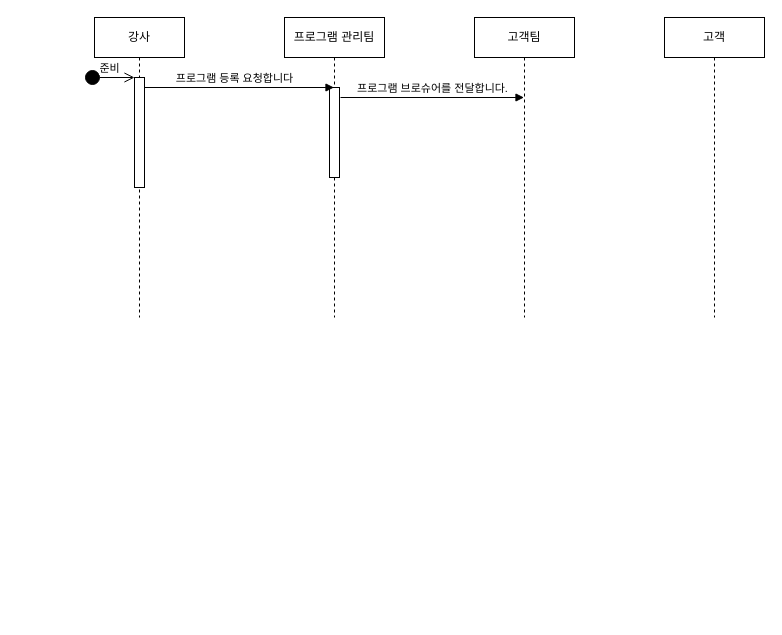
This is page "시퀀스" (4 of 4) of 제목 없는 다이어그램.drawio from ys-choi1203/tttTest, a draw.io file, before an edit. Source tidied: cells renumbered, new cells numbered last; positions are measured from the earlier drawing's top-left corner, leaving out a move shared by most shapes. Both pictures are drawn from the tidied source at 100%, with x=0, y=0 at pixel (84, 17).
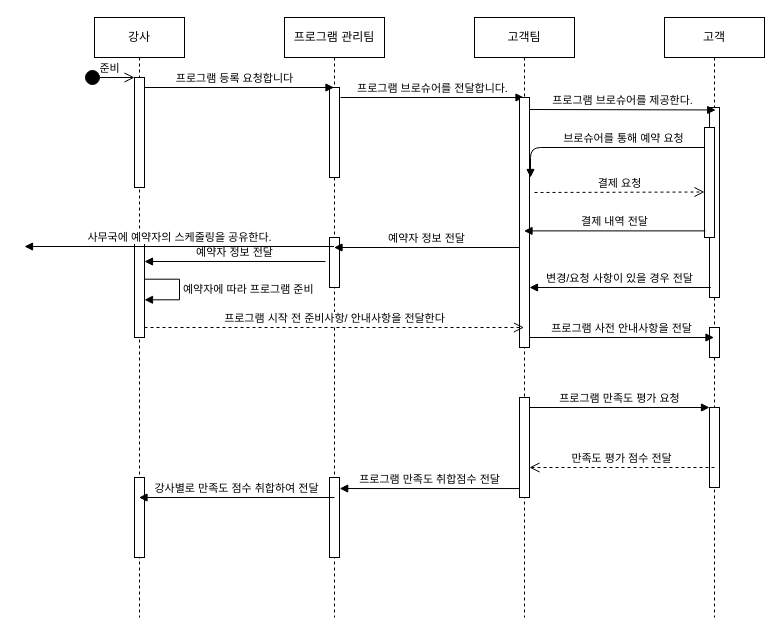
The same page after the edit.

Change to the diagram source:
```diff
@@
     <mxCell id="2" value="강사" style="shape=umlLifeline;perimeter=lifelinePerimeter;whiteSpace=wrap;html=1;outlineConnect=0;" parent="1" vertex="1">
-      <mxGeometry x="10" width="90" height="300" as="geometry" />
+      <mxGeometry x="10" width="90" height="600" as="geometry" />
     </mxCell>
@@
+    <mxCell id="11" style="html=1;perimeter=orthogonalPerimeter;" parent="2" vertex="1">
+      <mxGeometry x="40" y="220" width="10" height="100" as="geometry" />
+    </mxCell>
+    <mxCell id="12" value="예약자에 따라 프로그램 준비" style="edgeStyle=orthogonalEdgeStyle;html=1;align=left;spacingLeft=2;endArrow=block;rounded=0;entryX=1;entryY=0.812;entryDx=0;entryDy=0;entryPerimeter=0;" parent="2" edge="1">
+      <mxGeometry relative="1" as="geometry">
+        <mxPoint x="50" y="261.7" as="sourcePoint" />
+        <mxPoint x="50" y="282.3" as="targetPoint" />
+        <Array as="points">
+          <mxPoint x="85" y="261.7" />
+          <mxPoint x="85" y="282.7" />
+        </Array>
+      </mxGeometry>
+    </mxCell>
+    <mxCell id="13" style="html=1;perimeter=orthogonalPerimeter;" parent="2" vertex="1">
+      <mxGeometry x="40" y="460" width="10" height="80" as="geometry" />
+    </mxCell>
     <mxCell id="4" value="프로그램 관리팀" style="shape=umlLifeline;perimeter=lifelinePerimeter;whiteSpace=wrap;html=1;outlineConnect=0;" parent="1" vertex="1">
-      <mxGeometry x="200" width="100" height="300" as="geometry" />
+      <mxGeometry x="200" width="100" height="600" as="geometry" />
     </mxCell>
@@
+    <mxCell id="14" style="html=1;perimeter=orthogonalPerimeter;" parent="4" vertex="1">
+      <mxGeometry x="45" y="220" width="10" height="50" as="geometry" />
+    </mxCell>
+    <mxCell id="15" style="html=1;points=[];perimeter=orthogonalPerimeter;" parent="4" vertex="1">
+      <mxGeometry x="45" y="460" width="10" height="80" as="geometry" />
+    </mxCell>
     <mxCell id="6" value="고객팀" style="shape=umlLifeline;perimeter=lifelinePerimeter;whiteSpace=wrap;html=1;outlineConnect=0;" parent="1" vertex="1">
-      <mxGeometry x="390" width="100" height="300" as="geometry" />
+      <mxGeometry x="390" width="100" height="600" as="geometry" />
     </mxCell>
+    <mxCell id="16" style="html=1;points=[];perimeter=orthogonalPerimeter;" parent="6" vertex="1">
+      <mxGeometry x="45" y="380" width="10" height="100" as="geometry" />
+    </mxCell>
     <mxCell id="7" value="고객" style="shape=umlLifeline;perimeter=lifelinePerimeter;whiteSpace=wrap;html=1;" parent="1" vertex="1">
-      <mxGeometry x="580" width="100" height="300" as="geometry" />
+      <mxGeometry x="580" width="100" height="600" as="geometry" />
     </mxCell>
+    <mxCell id="17" style="html=1;points=[];perimeter=orthogonalPerimeter;" parent="7" vertex="1">
+      <mxGeometry x="45" y="90" width="10" height="190" as="geometry" />
+    </mxCell>
+    <mxCell id="18" style="html=1;perimeter=orthogonalPerimeter;" parent="7" vertex="1">
+      <mxGeometry x="45" y="310" width="10" height="30" as="geometry" />
+    </mxCell>
+    <mxCell id="19" style="html=1;points=[];perimeter=orthogonalPerimeter;" parent="7" vertex="1">
+      <mxGeometry x="45" y="390" width="10" height="80" as="geometry" />
+    </mxCell>
@@
+    <mxCell id="20" style="html=1;perimeter=orthogonalPerimeter;" parent="1" vertex="1">
+      <mxGeometry x="435" y="80" width="10" height="250" as="geometry" />
+    </mxCell>
+    <mxCell id="21" value="프로그램 브로슈어를 제공한다." style="html=1;verticalAlign=bottom;endArrow=block;entryX=0.62;entryY=0.013;entryDx=0;entryDy=0;entryPerimeter=0;" parent="1" edge="1" target="17">
+      <mxGeometry relative="1" as="geometry">
+        <mxPoint x="445" y="92" as="sourcePoint" />
+      </mxGeometry>
+    </mxCell>
+    <mxCell id="22" style="html=1;points=[];perimeter=orthogonalPerimeter;" parent="1" vertex="1">
+      <mxGeometry x="620" y="110" width="10" height="110" as="geometry" />
+    </mxCell>
+    <mxCell id="23" value="브로슈어를 통해 예약 요청" style="html=1;verticalAlign=bottom;endArrow=block;" parent="1" edge="1">
+      <mxGeometry x="-0.21" relative="1" as="geometry">
+        <mxPoint x="620" y="130" as="sourcePoint" />
+        <mxPoint x="446" y="160" as="targetPoint" />
+        <Array as="points">
+          <mxPoint x="446" y="130" />
+        </Array>
+      </mxGeometry>
+    </mxCell>
+    <mxCell id="24" value="결제 요청" style="html=1;verticalAlign=bottom;endArrow=open;dashed=1;endSize=8;" parent="1" edge="1">
+      <mxGeometry relative="1" as="geometry">
+        <mxPoint x="450" y="175" as="sourcePoint" />
+        <mxPoint x="620" y="174.5" as="targetPoint" />
+      </mxGeometry>
+    </mxCell>
+    <mxCell id="25" value="결제 내역 전달" style="html=1;verticalAlign=bottom;endArrow=block;exitX=0.08;exitY=0.94;exitDx=0;exitDy=0;exitPerimeter=0;" parent="1" edge="1" source="22" target="6">
+      <mxGeometry relative="1" as="geometry" />
+    </mxCell>
+    <mxCell id="26" value="변경/요청 사항이 있을 경우 전달" style="html=1;verticalAlign=bottom;endArrow=block;exitX=0.08;exitY=0.94;exitDx=0;exitDy=0;exitPerimeter=0;" parent="1" edge="1">
+      <mxGeometry relative="1" as="geometry">
+        <mxPoint x="626.3" y="270" as="sourcePoint" />
+        <mxPoint x="445" y="270" as="targetPoint" />
+      </mxGeometry>
+    </mxCell>
+    <mxCell id="27" value="예약자 정보 전달" style="html=1;verticalAlign=bottom;endArrow=block;" parent="1" edge="1" target="4">
+      <mxGeometry relative="1" as="geometry">
+        <mxPoint x="435" y="230" as="sourcePoint" />
+      </mxGeometry>
+    </mxCell>
+    <mxCell id="28" value="예약자 정보 전달" style="html=1;verticalAlign=bottom;endArrow=block;exitX=0.1;exitY=0.715;exitDx=0;exitDy=0;exitPerimeter=0;" parent="1" edge="1">
+      <mxGeometry relative="1" as="geometry">
+        <mxPoint x="241" y="244" as="sourcePoint" />
+        <mxPoint x="60" y="244" as="targetPoint" />
+      </mxGeometry>
+    </mxCell>
+    <mxCell id="29" value="프로그램 시작 전 준비사항/ 안내사항을 전달한다" style="html=1;verticalAlign=bottom;endArrow=open;dashed=1;endSize=8;" parent="1" edge="1">
+      <mxGeometry relative="1" as="geometry">
+        <mxPoint x="60" y="310" as="sourcePoint" />
+        <mxPoint x="439.5" y="310" as="targetPoint" />
+      </mxGeometry>
+    </mxCell>
+    <mxCell id="30" value="프로그램 사전 안내사항을 전달" style="html=1;verticalAlign=bottom;endArrow=block;" parent="1" edge="1">
+      <mxGeometry relative="1" as="geometry">
+        <mxPoint x="445" y="320" as="sourcePoint" />
+        <mxPoint x="629.5" y="320" as="targetPoint" />
+      </mxGeometry>
+    </mxCell>
+    <mxCell id="31" value="프로그램 만족도 평가 요청" style="html=1;verticalAlign=bottom;endArrow=block;" parent="1" edge="1" target="19">
+      <mxGeometry relative="1" as="geometry">
+        <mxPoint x="445" y="390" as="sourcePoint" />
+      </mxGeometry>
+    </mxCell>
+    <mxCell id="32" value="만족도 평가 점수 전달" style="html=1;verticalAlign=bottom;endArrow=open;dashed=1;endSize=8;" parent="1" edge="1" target="16">
+      <mxGeometry relative="1" as="geometry">
+        <mxPoint x="630" y="450" as="sourcePoint" />
+      </mxGeometry>
+    </mxCell>
+    <mxCell id="33" value="프로그램 만족도 취합점수 전달" style="html=1;verticalAlign=bottom;endArrow=block;entryX=1.02;entryY=0.138;entryDx=0;entryDy=0;entryPerimeter=0;" parent="1" edge="1" source="16" target="15">
+      <mxGeometry relative="1" as="geometry" />
+    </mxCell>
+    <mxCell id="34" value="강사별로 만족도 점수 취합하여 전달" style="html=1;verticalAlign=bottom;endArrow=block;" parent="1" edge="1" target="2">
+      <mxGeometry relative="1" as="geometry">
+        <mxPoint x="250" y="480" as="sourcePoint" />
+      </mxGeometry>
+    </mxCell>
+    <mxCell id="35" value="사무국에 예약자의 스케줄링을 공유한다." style="html=1;verticalAlign=bottom;endArrow=block;" parent="1" edge="1">
+      <mxGeometry relative="1" as="geometry">
+        <mxPoint x="249.5" y="229" as="sourcePoint" />
+        <mxPoint x="-60" y="229" as="targetPoint" />
+      </mxGeometry>
+    </mxCell>
```
